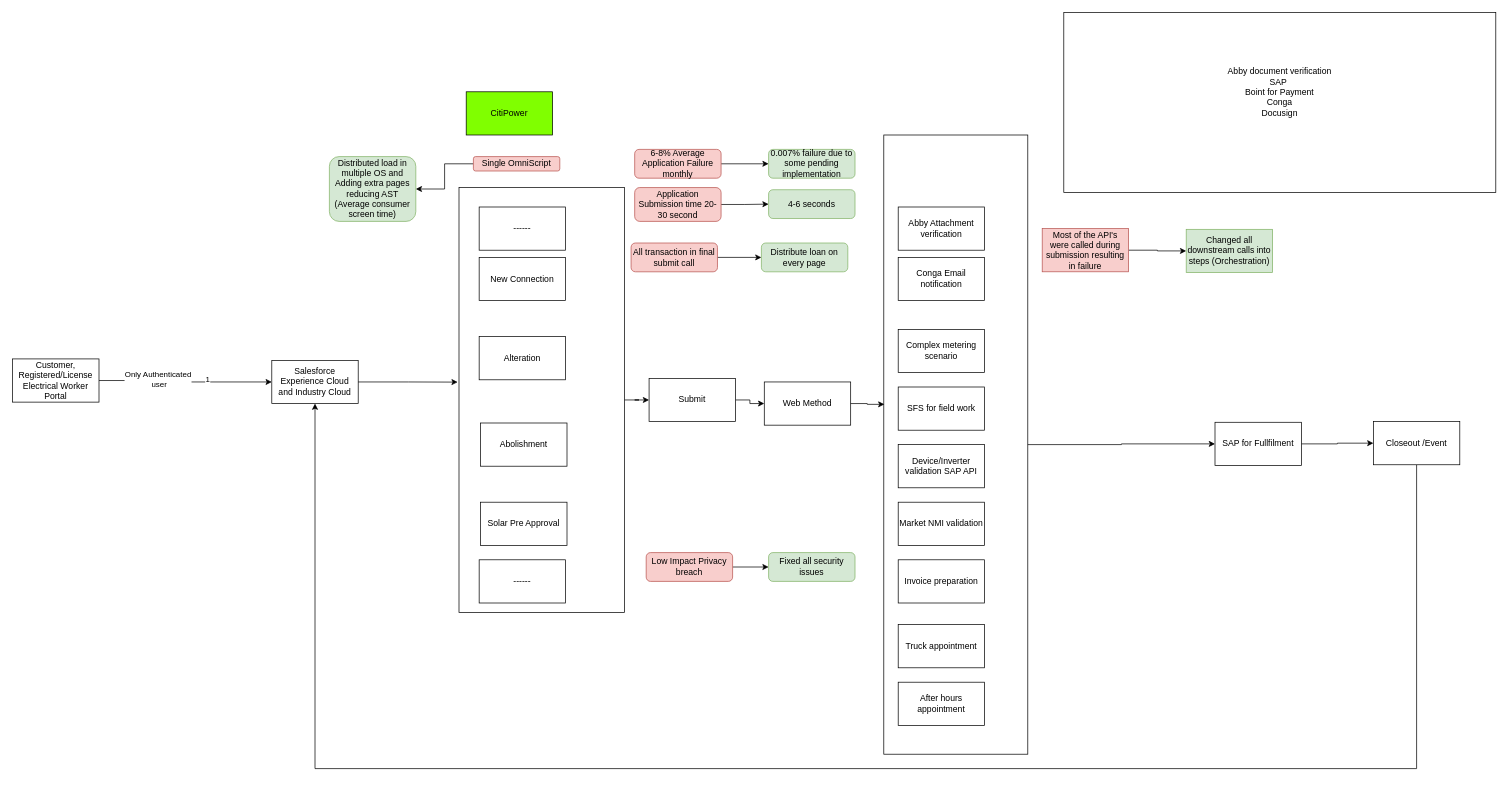
Before: CitiPower.drawio in vik1234ash/OmniStudio-Recipes, a draw.io diagram. Source tidied: cells renumbered, new cells numbered last; positions are measured from the earlier drawing's top-left corner, leaving out a move shared by most shapes. Both pictures are drawn from the tidied source at 72%, with x=0, y=0 at pixel (12, 12).
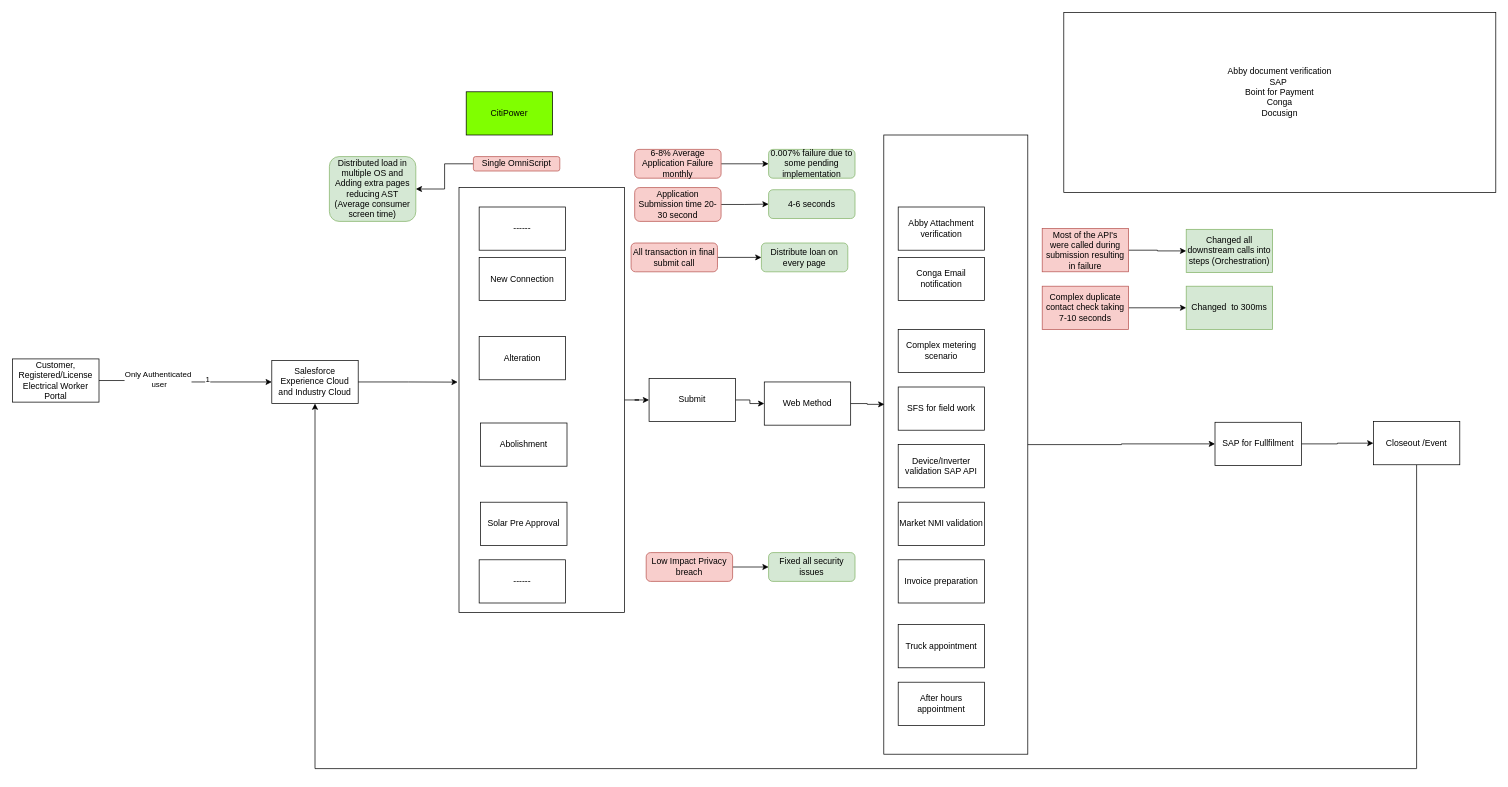
After the change.

Change to the diagram source:
```diff
@@
+    <mxCell id="55" style="edgeStyle=orthogonalEdgeStyle;rounded=0;jettySize=auto;html=1;exitX=1;exitY=0.5;exitDx=0;exitDy=0;" parent="1" edge="1" source="56" target="57">
+      <mxGeometry relative="1" as="geometry" />
+    </mxCell>
+    <mxCell id="56" value="Complex duplicate contact check taking 7-10 seconds" style="rounded=0;whiteSpace=wrap;html=1;fillColor=#f8cecc;strokeColor=#b85450;" parent="1" vertex="1">
+      <mxGeometry x="1430" y="380" width="120" height="60" as="geometry" />
+    </mxCell>
+    <mxCell id="57" value="Changed&amp;nbsp; to 300ms" style="rounded=0;whiteSpace=wrap;html=1;fillColor=#d5e8d4;strokeColor=#82b366;" parent="1" vertex="1">
+      <mxGeometry x="1630" y="380" width="120" height="60" as="geometry" />
+    </mxCell>
```
